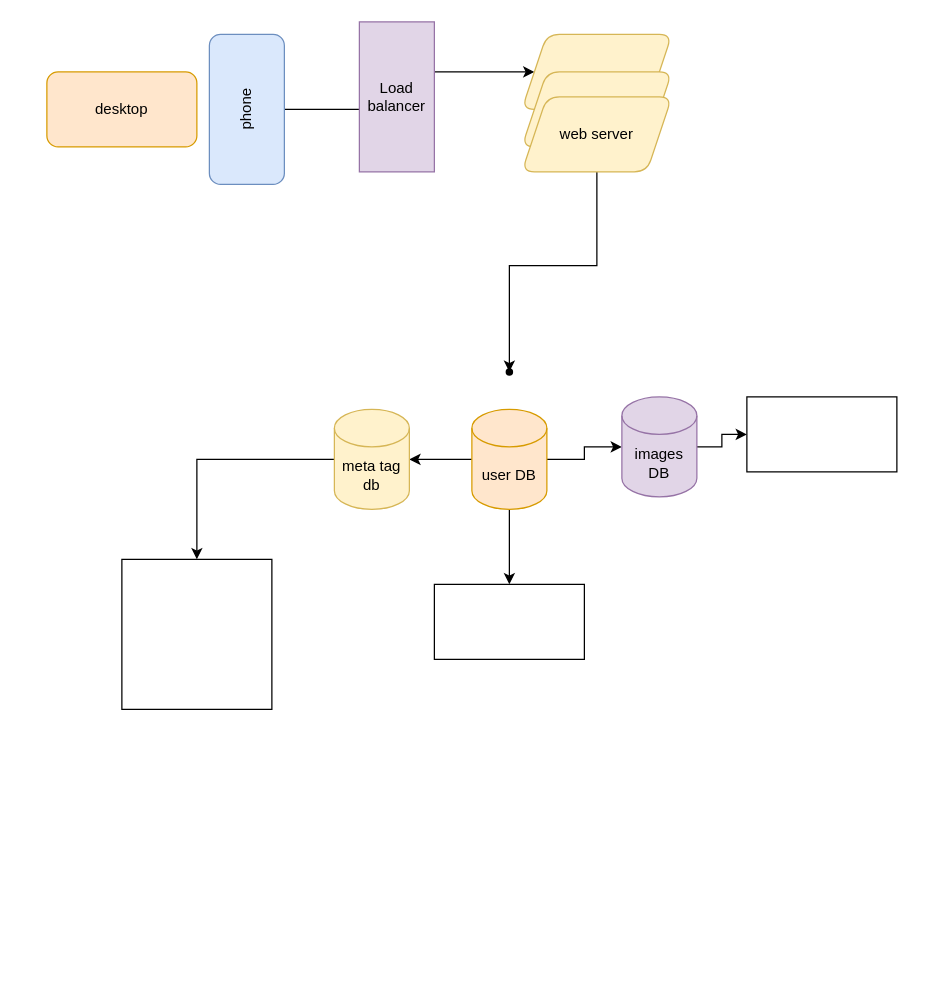
Above: Untitled Diagram.drawio in bramwelamud/Animation (draw.io), before the change. Source tidied: cells renumbered, new cells numbered last; positions are measured from the earlier drawing's top-left corner, leaving out a move shared by most shapes. Both pictures are drawn from the tidied source at 125%, with x=0, y=0 at pixel (46, 21).
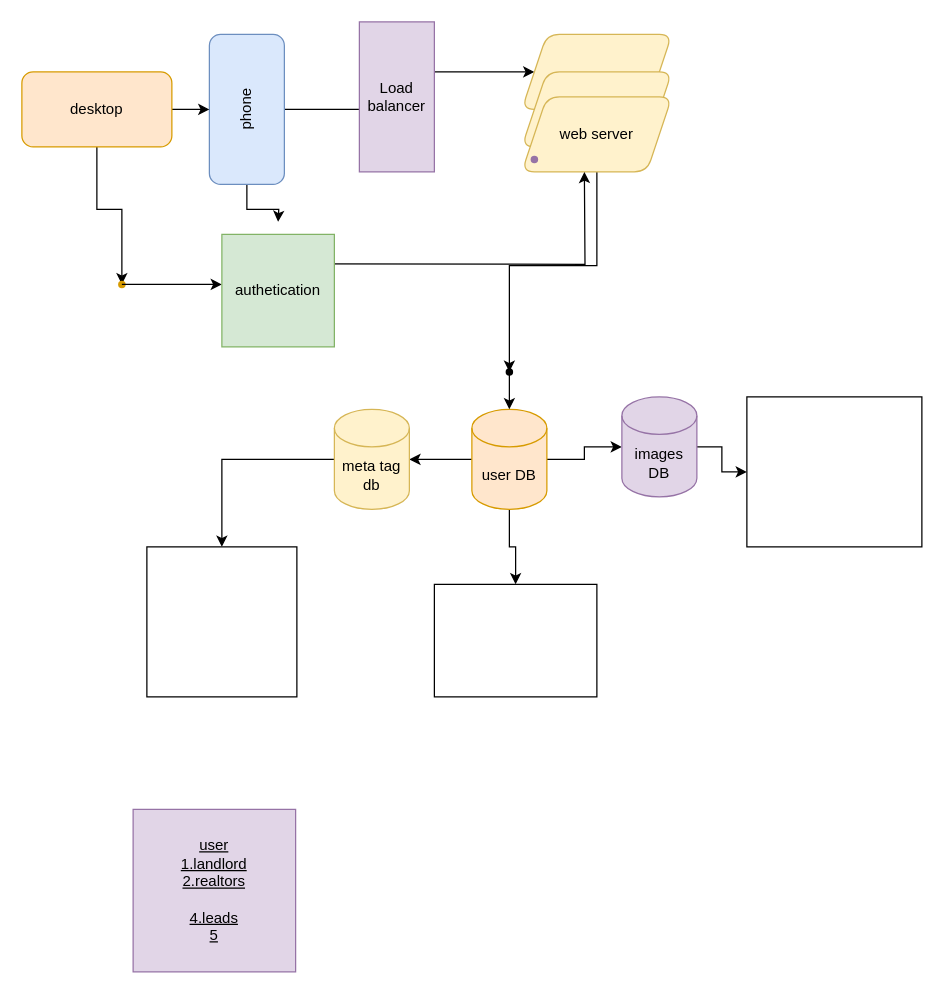
After the change.

The change refers to these unchanged cells:
```xml
<mxCell id="3" value="phone" style="rounded=1;whiteSpace=wrap;html=1;rotation=-90;fillColor=#dae8fc;strokeColor=#6c8ebf;" parent="1" vertex="1">
  <mxGeometry x="100" y="40" width="120" height="60" as="geometry" />
</mxCell>
<mxCell id="8" style="shape=waypoint;sketch=0;size=6;points=[];fillColor=default;perimeter=centerPerimeter;snapToPoint=1;rounded=1;" parent="1" vertex="1">
  <mxGeometry x="360" y="270" width="20" height="20" as="geometry" />
</mxCell>
<mxCell id="12" value="user DB" style="shape=cylinder3;whiteSpace=wrap;html=1;boundedLbl=1;backgroundOutline=1;size=15;fillColor=#ffe6cc;strokeColor=#d79b00;" parent="1" vertex="1">
  <mxGeometry x="340" y="310" width="60" height="80" as="geometry" />
</mxCell>
```

The edit, as a diff of the source:
```diff
@@
+    <mxCell id="22" style="edgeStyle=orthogonalEdgeStyle;rounded=0;jettySize=auto;html=1;" parent="1" edge="1" source="3">
+      <mxGeometry relative="1" as="geometry">
+        <mxPoint x="185" y="160" as="targetPoint" />
+      </mxGeometry>
+    </mxCell>
@@
+    <mxCell id="23" style="edgeStyle=orthogonalEdgeStyle;rounded=0;jettySize=auto;html=1;" parent="1" edge="1" source="17" target="26">
+      <mxGeometry relative="1" as="geometry" />
+    </mxCell>
+    <mxCell id="24" style="edgeStyle=orthogonalEdgeStyle;rounded=0;jettySize=auto;html=1;" parent="1" edge="1" source="17" target="3">
+      <mxGeometry relative="1" as="geometry" />
+    </mxCell>
     <mxCell id="17" value="desktop" style="rounded=1;whiteSpace=wrap;html=1;fillColor=#ffe6cc;strokeColor=#d79b00;" parent="1" vertex="1">
-      <mxGeometry y="40" width="120" height="60" as="geometry" />
+      <mxGeometry x="-20" y="40" width="120" height="60" as="geometry" />
     </mxCell>
     <mxCell id="18" style="whiteSpace=wrap;html=1;" parent="1" vertex="1">
-      <mxGeometry x="60" y="430" width="120" height="120" as="geometry" />
+      <mxGeometry x="80" y="420" width="120" height="120" as="geometry" />
     </mxCell>
     <mxCell id="19" style="whiteSpace=wrap;html=1;" parent="1" vertex="1">
-      <mxGeometry x="310" y="450" width="120" height="60" as="geometry" />
+      <mxGeometry x="310" y="450" width="130" height="90" as="geometry" />
     </mxCell>
@@
     <mxCell id="21" style="whiteSpace=wrap;html=1;" parent="1" vertex="1">
-      <mxGeometry x="560" y="300" width="120" height="60" as="geometry" />
+      <mxGeometry x="560" y="300" width="140" height="120" as="geometry" />
     </mxCell>
+    <mxCell id="25" style="edgeStyle=orthogonalEdgeStyle;rounded=0;orthogonalLoop=1;jettySize=auto;html=1;exitX=0.862;exitY=0.335;exitDx=0;exitDy=0;exitPerimeter=0;" parent="1" edge="1">
+      <mxGeometry relative="1" as="geometry">
+        <mxPoint x="217.6" y="193.5" as="sourcePoint" />
+        <mxPoint x="430" y="120" as="targetPoint" />
+      </mxGeometry>
+    </mxCell>
+    <mxCell id="26" style="shape=waypoint;sketch=0;size=6;points=[];fillColor=#ffe6cc;perimeter=centerPerimeter;snapToPoint=1;strokeColor=#d79b00;rounded=1;" parent="1" vertex="1">
+      <mxGeometry x="50" y="200" width="20" height="20" as="geometry" />
+    </mxCell>
+    <mxCell id="27" style="endArrow=classic;html=1;rounded=0;entryX=0;entryY=0.5;entryDx=0;entryDy=0;exitX=0.449;exitY=1.095;exitDx=0;exitDy=0;exitPerimeter=0;" parent="1" edge="1" source="26">
+      <mxGeometry relative="1" as="geometry">
+        <mxPoint x="140" y="210" as="targetPoint" />
+      </mxGeometry>
+    </mxCell>
+    <mxCell id="28" style="shape=waypoint;sketch=0;size=6;fillColor=#e1d5e7;perimeter=centerPerimeter;strokeColor=#9673a6;" parent="1" vertex="1">
+      <mxGeometry x="380" y="100" width="20" height="20" as="geometry" />
+    </mxCell>
+    <mxCell id="29" value="authetication" style="whiteSpace=wrap;html=1;fillColor=#d5e8d4;strokeColor=#82b366;" parent="1" vertex="1">
+      <mxGeometry x="140" y="170" width="90" height="90" as="geometry" />
+    </mxCell>
+    <mxCell id="30" style="edgeStyle=orthogonalEdgeStyle;rounded=0;jettySize=auto;html=1;entryX=0.5;entryY=0;entryDx=0;entryDy=0;entryPerimeter=0;" parent="1" edge="1" source="8" target="12">
+      <mxGeometry relative="1" as="geometry" />
+    </mxCell>
+    <mxCell id="31" value="&lt;u&gt;user&lt;/u&gt;&lt;div&gt;&lt;u&gt;1.landlord&lt;/u&gt;&lt;/div&gt;&lt;div&gt;&lt;u&gt;2.realtors&lt;/u&gt;&lt;/div&gt;&lt;div&gt;&lt;br&gt;&lt;/div&gt;&lt;div&gt;&lt;u&gt;4.leads&lt;/u&gt;&lt;/div&gt;&lt;div&gt;&lt;u&gt;5&lt;/u&gt;&lt;/div&gt;" style="whiteSpace=wrap;html=1;fillColor=#e1d5e7;strokeColor=#9673a6;" parent="1" vertex="1">
+      <mxGeometry x="69" y="630" width="130" height="130" as="geometry" />
+    </mxCell>
```
